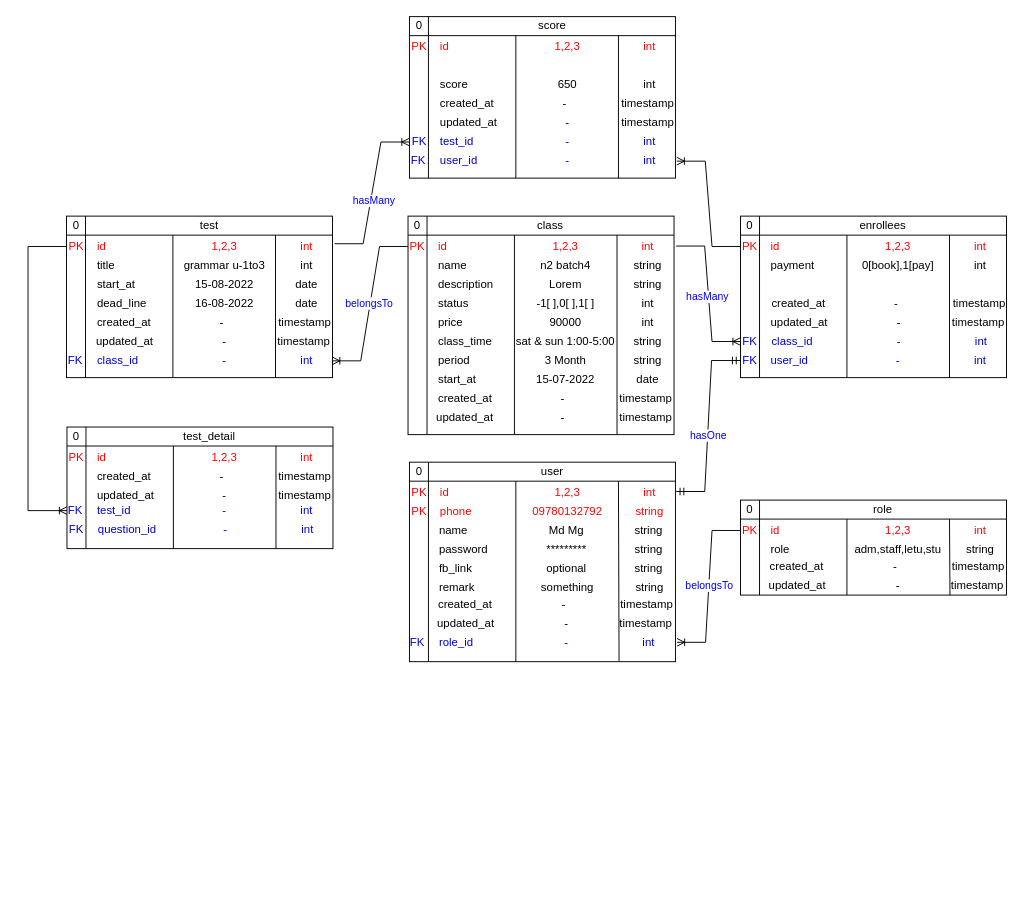
This is language_center.drawio from arkarMannAung/app.diagrams.net, a draw.io file, before an edit. Source tidied: cells renumbered, new cells numbered last; positions are measured from the earlier drawing's top-left corner, leaving out a move shared by most shapes. Both pictures are drawn from the tidied source at 95%, with x=0, y=0 at pixel (28, 16).
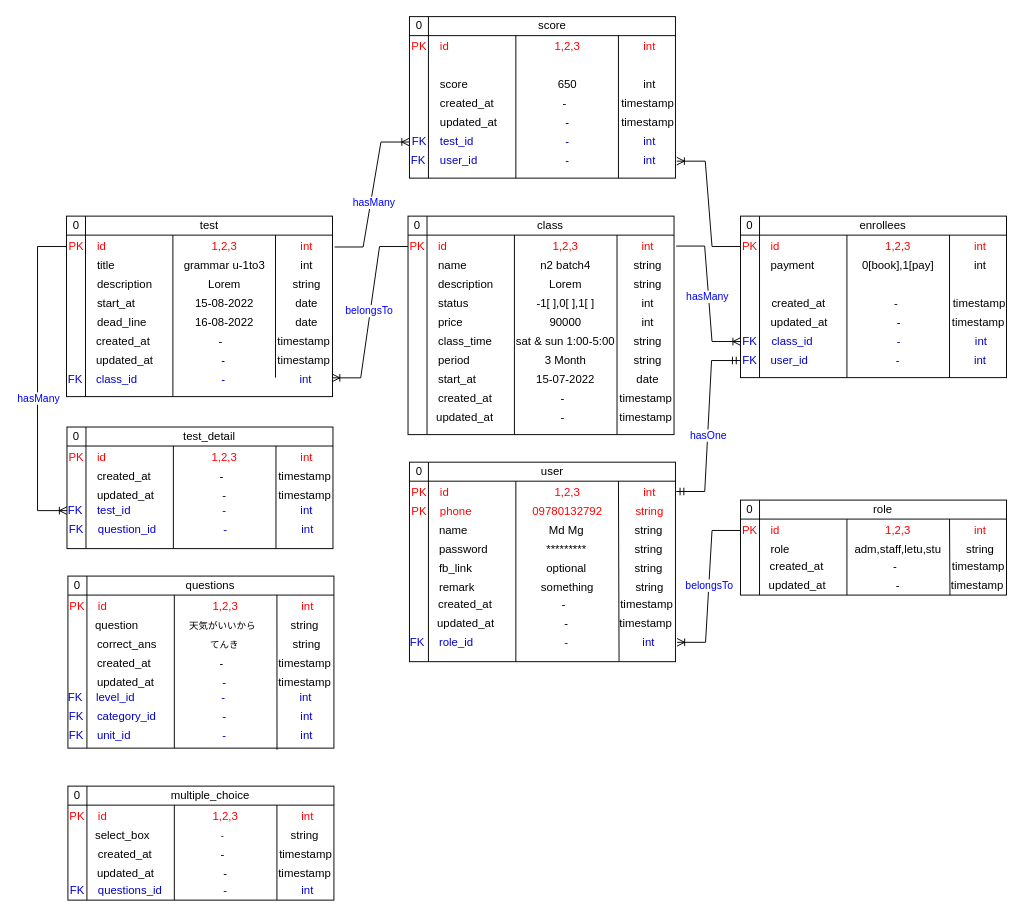
Above is the later version.

The change refers to these unchanged cells:
```xml
<mxCell id="127" value="PK" style="text;html=1;strokeColor=none;fillColor=none;align=center;verticalAlign=middle;whiteSpace=wrap;rounded=0;fontColor=#FF0000;" parent="1" vertex="1">
  <mxGeometry x="40.5" y="232" width="20" height="20" as="geometry" />
</mxCell>
```

Change to the diagram source:
```diff
@@
     <mxCell id="124" style="shape=internalStorage;whiteSpace=wrap;html=1;backgroundOutline=1;" parent="1" vertex="1">
-      <mxGeometry x="40.5" y="210" width="280" height="170" as="geometry" />
+      <mxGeometry x="40.5" y="210" width="280" height="190" as="geometry" />
     </mxCell>
@@
     <mxCell id="136" value="created_at" style="text;html=1;strokeColor=none;fillColor=none;align=left;verticalAlign=middle;whiteSpace=wrap;rounded=0;fontColor=#000000;" parent="1" vertex="1">
-      <mxGeometry x="70.5" y="312" width="90" height="20" as="geometry" />
+      <mxGeometry x="70.2" y="332" width="90" height="20" as="geometry" />
     </mxCell>
     <mxCell id="137" value="-" style="text;html=1;strokeColor=none;fillColor=none;align=center;verticalAlign=middle;whiteSpace=wrap;rounded=0;fontColor=#000000;" parent="1" vertex="1">
-      <mxGeometry x="143.5" y="312" width="120" height="20" as="geometry" />
+      <mxGeometry x="143.2" y="332" width="120" height="20" as="geometry" />
     </mxCell>
     <mxCell id="138" value="timestamp" style="text;html=1;strokeColor=none;fillColor=none;align=center;verticalAlign=middle;whiteSpace=wrap;rounded=0;fontColor=#000000;" parent="1" vertex="1">
-      <mxGeometry x="266.5" y="312" width="49" height="20" as="geometry" />
+      <mxGeometry x="266.2" y="332" width="49" height="20" as="geometry" />
     </mxCell>
     <mxCell id="139" value="updated_at" style="text;html=1;strokeColor=none;fillColor=none;align=left;verticalAlign=middle;whiteSpace=wrap;rounded=0;fontColor=#000000;" parent="1" vertex="1">
-      <mxGeometry x="70" y="332" width="90" height="20" as="geometry" />
+      <mxGeometry x="69.8" y="352" width="90" height="20" as="geometry" />
     </mxCell>
     <mxCell id="140" value="-" style="text;html=1;strokeColor=none;fillColor=none;align=center;verticalAlign=middle;whiteSpace=wrap;rounded=0;fontColor=#000000;" parent="1" vertex="1">
-      <mxGeometry x="146.5" y="332" width="120" height="20" as="geometry" />
+      <mxGeometry x="146.2" y="352" width="120" height="20" as="geometry" />
     </mxCell>
     <mxCell id="141" value="timestamp" style="text;html=1;strokeColor=none;fillColor=none;align=center;verticalAlign=middle;whiteSpace=wrap;rounded=0;fontColor=#000000;" parent="1" vertex="1">
-      <mxGeometry x="266" y="332" width="49" height="20" as="geometry" />
+      <mxGeometry x="265.8" y="352" width="49" height="20" as="geometry" />
     </mxCell>
     <mxCell id="142" value="class_id" style="text;html=1;strokeColor=none;fillColor=none;align=left;verticalAlign=middle;whiteSpace=wrap;rounded=0;fontColor=#0000CC;" parent="1" vertex="1">
-      <mxGeometry x="70.5" y="352" width="90" height="20" as="geometry" />
+      <mxGeometry x="70.2" y="372" width="90" height="20" as="geometry" />
     </mxCell>
     <mxCell id="143" value="-" style="text;html=1;strokeColor=none;fillColor=none;align=center;verticalAlign=middle;whiteSpace=wrap;rounded=0;fontColor=#0000CC;" parent="1" vertex="1">
-      <mxGeometry x="156.5" y="352" width="100" height="20" as="geometry" />
+      <mxGeometry x="156.2" y="372" width="100" height="20" as="geometry" />
     </mxCell>
     <mxCell id="144" value="int" style="text;html=1;strokeColor=none;fillColor=none;align=center;verticalAlign=middle;whiteSpace=wrap;rounded=0;fontColor=#0000CC;" parent="1" vertex="1">
-      <mxGeometry x="268.5" y="352" width="49" height="20" as="geometry" />
+      <mxGeometry x="268.2" y="372" width="49" height="20" as="geometry" />
     </mxCell>
     <mxCell id="145" value="FK" style="text;html=1;strokeColor=none;fillColor=none;align=center;verticalAlign=middle;whiteSpace=wrap;rounded=0;fontColor=#0000CC;" parent="1" vertex="1">
-      <mxGeometry x="40" y="352" width="20" height="20" as="geometry" />
+      <mxGeometry x="39.8" y="372" width="20" height="20" as="geometry" />
     </mxCell>
     <mxCell id="146" value="start_at" style="text;html=1;strokeColor=none;fillColor=none;align=left;verticalAlign=middle;whiteSpace=wrap;rounded=0;fontColor=#000000;" parent="1" vertex="1">
-      <mxGeometry x="71" y="272" width="90" height="20" as="geometry" />
+      <mxGeometry x="70.8" y="292" width="90" height="20" as="geometry" />
     </mxCell>
     <mxCell id="147" value="15-08-2022" style="text;html=1;strokeColor=none;fillColor=none;align=center;verticalAlign=middle;whiteSpace=wrap;rounded=0;fontColor=#000000;" parent="1" vertex="1">
-      <mxGeometry x="147" y="272" width="120" height="20" as="geometry" />
+      <mxGeometry x="146.8" y="292" width="120" height="20" as="geometry" />
     </mxCell>
     <mxCell id="148" value="date" style="text;html=1;strokeColor=none;fillColor=none;align=center;verticalAlign=middle;whiteSpace=wrap;rounded=0;fontColor=#000000;" parent="1" vertex="1">
-      <mxGeometry x="269" y="272" width="49" height="20" as="geometry" />
+      <mxGeometry x="268.8" y="292" width="49" height="20" as="geometry" />
     </mxCell>
@@
     <mxCell id="151" value="dead_line" style="text;html=1;strokeColor=none;fillColor=none;align=left;verticalAlign=middle;whiteSpace=wrap;rounded=0;fontColor=#000000;" parent="1" vertex="1">
-      <mxGeometry x="71" y="292" width="90" height="20" as="geometry" />
+      <mxGeometry x="70.8" y="312" width="90" height="20" as="geometry" />
     </mxCell>
     <mxCell id="152" value="16-08-2022" style="text;html=1;strokeColor=none;fillColor=none;align=center;verticalAlign=middle;whiteSpace=wrap;rounded=0;fontColor=#000000;" parent="1" vertex="1">
-      <mxGeometry x="147" y="292" width="120" height="20" as="geometry" />
+      <mxGeometry x="146.8" y="312" width="120" height="20" as="geometry" />
     </mxCell>
     <mxCell id="153" value="date" style="text;html=1;strokeColor=none;fillColor=none;align=center;verticalAlign=middle;whiteSpace=wrap;rounded=0;fontColor=#000000;" parent="1" vertex="1">
-      <mxGeometry x="269" y="292" width="49" height="20" as="geometry" />
+      <mxGeometry x="268.8" y="312" width="49" height="20" as="geometry" />
     </mxCell>
@@
     <mxCell id="206" style="edgeStyle=orthogonalEdgeStyle;fontSize=12;html=1;endArrow=ERoneToMany;rounded=0;fontColor=#0000FF;exitX=0;exitY=0.5;exitDx=0;exitDy=0;" parent="1" edge="1" source="127">
       <mxGeometry relative="1" as="geometry">
         <mxPoint x="41" y="520" as="targetPoint" />
         <Array as="points">
-          <mxPoint y="242" />
-          <mxPoint y="520" />
-          <mxPoint x="40" y="520" />
+          <mxPoint x="10" y="242" />
+          <mxPoint x="10" y="520" />
         </Array>
       </mxGeometry>
     </mxCell>
+    <mxCell id="207" value="hasMany" style="edgeLabel;html=1;align=center;verticalAlign=middle;fontColor=#0000FF;" parent="206" vertex="1">
+      <mxGeometry x="0.06" y="3" relative="1" as="geometry">
+        <mxPoint x="-3" y="10" as="offset" />
+      </mxGeometry>
+    </mxCell>
+    <mxCell id="208" style="shape=internalStorage;whiteSpace=wrap;html=1;backgroundOutline=1;" parent="1" vertex="1">
+      <mxGeometry x="42" y="588.9" width="280" height="181.1" as="geometry" />
+    </mxCell>
+    <mxCell id="209" value="0" style="text;html=1;strokeColor=none;fillColor=none;align=center;verticalAlign=middle;whiteSpace=wrap;rounded=0;" parent="1" vertex="1">
+      <mxGeometry x="42" y="588.9" width="20" height="20" as="geometry" />
+    </mxCell>
+    <mxCell id="210" value="questions" style="text;html=1;strokeColor=none;fillColor=none;align=center;verticalAlign=middle;whiteSpace=wrap;rounded=0;" parent="1" vertex="1">
+      <mxGeometry x="62" y="588.9" width="260" height="20" as="geometry" />
+    </mxCell>
+    <mxCell id="211" value="PK" style="text;html=1;strokeColor=none;fillColor=none;align=center;verticalAlign=middle;whiteSpace=wrap;rounded=0;fontColor=#FF0000;" parent="1" vertex="1">
+      <mxGeometry x="42" y="610.9" width="20" height="20" as="geometry" />
+    </mxCell>
+    <mxCell id="212" value="id" style="text;html=1;strokeColor=none;fillColor=none;align=left;verticalAlign=middle;whiteSpace=wrap;rounded=0;fontColor=#FF0000;" parent="1" vertex="1">
+      <mxGeometry x="72" y="610.9" width="90" height="20" as="geometry" />
+    </mxCell>
+    <mxCell id="213" value="1,2,3" style="text;html=1;strokeColor=none;fillColor=none;align=center;verticalAlign=middle;whiteSpace=wrap;rounded=0;fontColor=#FF0000;" parent="1" vertex="1">
+      <mxGeometry x="158" y="610.9" width="100" height="20" as="geometry" />
+    </mxCell>
+    <mxCell id="214" style="endArrow=none;html=1;rounded=0;fontColor=#3333FF;exitX=0.786;exitY=1.009;exitDx=0;exitDy=0;exitPerimeter=0;" parent="1" edge="1" source="208">
+      <mxGeometry relative="1" as="geometry">
+        <mxPoint x="262" y="608.9" as="targetPoint" />
+      </mxGeometry>
+    </mxCell>
+    <mxCell id="215" value="int" style="text;html=1;strokeColor=none;fillColor=none;align=center;verticalAlign=middle;whiteSpace=wrap;rounded=0;fontColor=#FF0000;" parent="1" vertex="1">
+      <mxGeometry x="270" y="610.9" width="49" height="20" as="geometry" />
+    </mxCell>
+    <mxCell id="216" style="endArrow=none;html=1;rounded=0;fontColor=#3333FF;exitX=0.4;exitY=1;exitDx=0;exitDy=0;exitPerimeter=0;" parent="1" edge="1" source="208">
+      <mxGeometry relative="1" as="geometry">
+        <mxPoint x="154" y="608.9" as="targetPoint" />
+      </mxGeometry>
+    </mxCell>
+    <mxCell id="217" value="created_at" style="text;html=1;strokeColor=none;fillColor=none;align=left;verticalAlign=middle;whiteSpace=wrap;rounded=0;fontColor=#000000;" parent="1" vertex="1">
+      <mxGeometry x="71" y="670.9" width="90" height="20" as="geometry" />
+    </mxCell>
+    <mxCell id="218" value="-" style="text;html=1;strokeColor=none;fillColor=none;align=center;verticalAlign=middle;whiteSpace=wrap;rounded=0;fontColor=#000000;" parent="1" vertex="1">
+      <mxGeometry x="144" y="670.9" width="120" height="20" as="geometry" />
+    </mxCell>
+    <mxCell id="219" value="timestamp" style="text;html=1;strokeColor=none;fillColor=none;align=center;verticalAlign=middle;whiteSpace=wrap;rounded=0;fontColor=#000000;" parent="1" vertex="1">
+      <mxGeometry x="267" y="670.9" width="49" height="20" as="geometry" />
+    </mxCell>
+    <mxCell id="220" value="updated_at" style="text;html=1;strokeColor=none;fillColor=none;align=left;verticalAlign=middle;whiteSpace=wrap;rounded=0;fontColor=#000000;" parent="1" vertex="1">
+      <mxGeometry x="70.5" y="690.9" width="90" height="20" as="geometry" />
+    </mxCell>
+    <mxCell id="221" value="-" style="text;html=1;strokeColor=none;fillColor=none;align=center;verticalAlign=middle;whiteSpace=wrap;rounded=0;fontColor=#000000;" parent="1" vertex="1">
+      <mxGeometry x="147" y="690.9" width="120" height="20" as="geometry" />
+    </mxCell>
+    <mxCell id="222" value="timestamp" style="text;html=1;strokeColor=none;fillColor=none;align=center;verticalAlign=middle;whiteSpace=wrap;rounded=0;fontColor=#000000;" parent="1" vertex="1">
+      <mxGeometry x="266.5" y="690.9" width="49" height="20" as="geometry" />
+    </mxCell>
+    <mxCell id="223" value="level_id" style="text;html=1;strokeColor=none;fillColor=none;align=left;verticalAlign=middle;whiteSpace=wrap;rounded=0;fontColor=#0000CC;" parent="1" vertex="1">
+      <mxGeometry x="70.2" y="706.8" width="90" height="20" as="geometry" />
+    </mxCell>
+    <mxCell id="224" value="-" style="text;html=1;strokeColor=none;fillColor=none;align=center;verticalAlign=middle;whiteSpace=wrap;rounded=0;fontColor=#0000CC;" parent="1" vertex="1">
+      <mxGeometry x="156.2" y="706.8" width="100" height="20" as="geometry" />
+    </mxCell>
+    <mxCell id="225" value="int" style="text;html=1;strokeColor=none;fillColor=none;align=center;verticalAlign=middle;whiteSpace=wrap;rounded=0;fontColor=#0000CC;" parent="1" vertex="1">
+      <mxGeometry x="268.2" y="706.8" width="49" height="20" as="geometry" />
+    </mxCell>
+    <mxCell id="226" value="FK" style="text;html=1;strokeColor=none;fillColor=none;align=center;verticalAlign=middle;whiteSpace=wrap;rounded=0;fontColor=#0000CC;" parent="1" vertex="1">
+      <mxGeometry x="39.8" y="706.8" width="20" height="20" as="geometry" />
+    </mxCell>
+    <mxCell id="227" value="category_id" style="text;html=1;strokeColor=none;fillColor=none;align=left;verticalAlign=middle;whiteSpace=wrap;rounded=0;fontColor=#0000CC;" parent="1" vertex="1">
+      <mxGeometry x="71.2" y="726.8" width="90" height="20" as="geometry" />
+    </mxCell>
+    <mxCell id="228" value="-" style="text;html=1;strokeColor=none;fillColor=none;align=center;verticalAlign=middle;whiteSpace=wrap;rounded=0;fontColor=#0000CC;" parent="1" vertex="1">
+      <mxGeometry x="157.2" y="726.8" width="100" height="20" as="geometry" />
+    </mxCell>
+    <mxCell id="229" value="int" style="text;html=1;strokeColor=none;fillColor=none;align=center;verticalAlign=middle;whiteSpace=wrap;rounded=0;fontColor=#0000CC;" parent="1" vertex="1">
+      <mxGeometry x="269.2" y="726.8" width="49" height="20" as="geometry" />
+    </mxCell>
+    <mxCell id="230" value="FK" style="text;html=1;strokeColor=none;fillColor=none;align=center;verticalAlign=middle;whiteSpace=wrap;rounded=0;fontColor=#0000CC;" parent="1" vertex="1">
+      <mxGeometry x="40.8" y="726.8" width="20" height="20" as="geometry" />
+    </mxCell>
+    <mxCell id="231" value="unit_id" style="text;html=1;strokeColor=none;fillColor=none;align=left;verticalAlign=middle;whiteSpace=wrap;rounded=0;fontColor=#0000CC;" parent="1" vertex="1">
+      <mxGeometry x="71.2" y="746.8" width="90" height="20" as="geometry" />
+    </mxCell>
+    <mxCell id="232" value="-" style="text;html=1;strokeColor=none;fillColor=none;align=center;verticalAlign=middle;whiteSpace=wrap;rounded=0;fontColor=#0000CC;" parent="1" vertex="1">
+      <mxGeometry x="157.2" y="746.8" width="100" height="20" as="geometry" />
+    </mxCell>
+    <mxCell id="233" value="int" style="text;html=1;strokeColor=none;fillColor=none;align=center;verticalAlign=middle;whiteSpace=wrap;rounded=0;fontColor=#0000CC;" parent="1" vertex="1">
+      <mxGeometry x="269.2" y="746.8" width="49" height="20" as="geometry" />
+    </mxCell>
+    <mxCell id="234" value="FK" style="text;html=1;strokeColor=none;fillColor=none;align=center;verticalAlign=middle;whiteSpace=wrap;rounded=0;fontColor=#0000CC;" parent="1" vertex="1">
+      <mxGeometry x="40.8" y="746.8" width="20" height="20" as="geometry" />
+    </mxCell>
+    <mxCell id="235" value="question" style="text;html=1;strokeColor=none;fillColor=none;align=left;verticalAlign=middle;whiteSpace=wrap;rounded=0;fontColor=#000000;" parent="1" vertex="1">
+      <mxGeometry x="69.2" y="630.9" width="90" height="20" as="geometry" />
+    </mxCell>
+    <mxCell id="236" value="&lt;font style=&quot;font-size: 10px;&quot;&gt;天気がいいから&lt;/font&gt;" style="text;html=1;strokeColor=none;fillColor=none;align=center;verticalAlign=middle;whiteSpace=wrap;rounded=0;fontColor=#000000;fontSize=10;" parent="1" vertex="1">
+      <mxGeometry x="155.2" y="630.9" width="100" height="20" as="geometry" />
+    </mxCell>
+    <mxCell id="237" value="string" style="text;html=1;strokeColor=none;fillColor=none;align=center;verticalAlign=middle;whiteSpace=wrap;rounded=0;fontColor=#000000;" parent="1" vertex="1">
+      <mxGeometry x="267.2" y="630.9" width="49" height="20" as="geometry" />
+    </mxCell>
+    <mxCell id="238" value="description" style="text;html=1;strokeColor=none;fillColor=none;align=left;verticalAlign=middle;whiteSpace=wrap;rounded=0;fontColor=#000000;" parent="1" vertex="1">
+      <mxGeometry x="71.2" y="272" width="90" height="20" as="geometry" />
+    </mxCell>
+    <mxCell id="239" value="Lorem" style="text;html=1;strokeColor=none;fillColor=none;align=center;verticalAlign=middle;whiteSpace=wrap;rounded=0;fontColor=#000000;" parent="1" vertex="1">
+      <mxGeometry x="157.2" y="272" width="100" height="20" as="geometry" />
+    </mxCell>
+    <mxCell id="240" value="string" style="text;html=1;strokeColor=none;fillColor=none;align=center;verticalAlign=middle;whiteSpace=wrap;rounded=0;fontColor=#000000;" parent="1" vertex="1">
+      <mxGeometry x="269.2" y="272" width="49" height="20" as="geometry" />
+    </mxCell>
+    <mxCell id="241" value="correct_ans" style="text;html=1;strokeColor=none;fillColor=none;align=left;verticalAlign=middle;whiteSpace=wrap;rounded=0;fontColor=#000000;" parent="1" vertex="1">
+      <mxGeometry x="71.2" y="650.9" width="90" height="20" as="geometry" />
+    </mxCell>
+    <mxCell id="242" value="&lt;font style=&quot;font-size: 10px&quot;&gt;てんき&lt;/font&gt;" style="text;html=1;strokeColor=none;fillColor=none;align=center;verticalAlign=middle;whiteSpace=wrap;rounded=0;fontColor=#000000;" parent="1" vertex="1">
+      <mxGeometry x="157.2" y="650.9" width="100" height="20" as="geometry" />
+    </mxCell>
+    <mxCell id="243" value="string" style="text;html=1;strokeColor=none;fillColor=none;align=center;verticalAlign=middle;whiteSpace=wrap;rounded=0;fontColor=#000000;" parent="1" vertex="1">
+      <mxGeometry x="269.2" y="650.9" width="49" height="20" as="geometry" />
+    </mxCell>
+    <mxCell id="244" style="shape=internalStorage;whiteSpace=wrap;html=1;backgroundOutline=1;" parent="1" vertex="1">
+      <mxGeometry x="42" y="810" width="280" height="120" as="geometry" />
+    </mxCell>
+    <mxCell id="245" value="0" style="text;html=1;strokeColor=none;fillColor=none;align=center;verticalAlign=middle;whiteSpace=wrap;rounded=0;" parent="1" vertex="1">
+      <mxGeometry x="42" y="810" width="20" height="20" as="geometry" />
+    </mxCell>
+    <mxCell id="246" value="multiple_choice" style="text;html=1;strokeColor=none;fillColor=none;align=center;verticalAlign=middle;whiteSpace=wrap;rounded=0;" parent="1" vertex="1">
+      <mxGeometry x="62" y="810" width="260" height="20" as="geometry" />
+    </mxCell>
+    <mxCell id="247" value="PK" style="text;html=1;strokeColor=none;fillColor=none;align=center;verticalAlign=middle;whiteSpace=wrap;rounded=0;fontColor=#FF0000;" parent="1" vertex="1">
+      <mxGeometry x="42" y="832" width="20" height="20" as="geometry" />
+    </mxCell>
+    <mxCell id="248" value="id" style="text;html=1;strokeColor=none;fillColor=none;align=left;verticalAlign=middle;whiteSpace=wrap;rounded=0;fontColor=#FF0000;" parent="1" vertex="1">
+      <mxGeometry x="72" y="832" width="90" height="20" as="geometry" />
+    </mxCell>
+    <mxCell id="249" value="1,2,3" style="text;html=1;strokeColor=none;fillColor=none;align=center;verticalAlign=middle;whiteSpace=wrap;rounded=0;fontColor=#FF0000;" parent="1" vertex="1">
+      <mxGeometry x="158" y="832" width="100" height="20" as="geometry" />
+    </mxCell>
+    <mxCell id="250" style="endArrow=none;html=1;rounded=0;fontColor=#3333FF;" parent="1" edge="1">
+      <mxGeometry relative="1" as="geometry">
+        <mxPoint x="262" y="930" as="sourcePoint" />
+        <mxPoint x="262" y="830" as="targetPoint" />
+      </mxGeometry>
+    </mxCell>
+    <mxCell id="251" value="int" style="text;html=1;strokeColor=none;fillColor=none;align=center;verticalAlign=middle;whiteSpace=wrap;rounded=0;fontColor=#FF0000;" parent="1" vertex="1">
+      <mxGeometry x="270" y="832" width="49" height="20" as="geometry" />
+    </mxCell>
+    <mxCell id="252" style="endArrow=none;html=1;rounded=0;fontColor=#3333FF;exitX=0.4;exitY=1;exitDx=0;exitDy=0;exitPerimeter=0;" parent="1" edge="1" source="244">
+      <mxGeometry relative="1" as="geometry">
+        <mxPoint x="154" y="830" as="targetPoint" />
+      </mxGeometry>
+    </mxCell>
+    <mxCell id="253" value="created_at" style="text;html=1;strokeColor=none;fillColor=none;align=left;verticalAlign=middle;whiteSpace=wrap;rounded=0;fontColor=#000000;" parent="1" vertex="1">
+      <mxGeometry x="71.8" y="872" width="90" height="20" as="geometry" />
+    </mxCell>
+    <mxCell id="254" value="-" style="text;html=1;strokeColor=none;fillColor=none;align=center;verticalAlign=middle;whiteSpace=wrap;rounded=0;fontColor=#000000;" parent="1" vertex="1">
+      <mxGeometry x="144.8" y="872" width="120" height="20" as="geometry" />
+    </mxCell>
+    <mxCell id="255" value="timestamp" style="text;html=1;strokeColor=none;fillColor=none;align=center;verticalAlign=middle;whiteSpace=wrap;rounded=0;fontColor=#000000;" parent="1" vertex="1">
+      <mxGeometry x="267.8" y="872" width="49" height="20" as="geometry" />
+    </mxCell>
+    <mxCell id="256" value="updated_at" style="text;html=1;strokeColor=none;fillColor=none;align=left;verticalAlign=middle;whiteSpace=wrap;rounded=0;fontColor=#000000;" parent="1" vertex="1">
+      <mxGeometry x="71.2" y="892" width="90" height="20" as="geometry" />
+    </mxCell>
+    <mxCell id="257" value="-" style="text;html=1;strokeColor=none;fillColor=none;align=center;verticalAlign=middle;whiteSpace=wrap;rounded=0;fontColor=#000000;" parent="1" vertex="1">
+      <mxGeometry x="147.8" y="892" width="120" height="20" as="geometry" />
+    </mxCell>
+    <mxCell id="258" value="timestamp" style="text;html=1;strokeColor=none;fillColor=none;align=center;verticalAlign=middle;whiteSpace=wrap;rounded=0;fontColor=#000000;" parent="1" vertex="1">
+      <mxGeometry x="267.2" y="892" width="49" height="20" as="geometry" />
+    </mxCell>
+    <mxCell id="259" value="questions_id" style="text;html=1;strokeColor=none;fillColor=none;align=left;verticalAlign=middle;whiteSpace=wrap;rounded=0;fontColor=#0000CC;" parent="1" vertex="1">
+      <mxGeometry x="72" y="910" width="90" height="20" as="geometry" />
+    </mxCell>
+    <mxCell id="260" value="-" style="text;html=1;strokeColor=none;fillColor=none;align=center;verticalAlign=middle;whiteSpace=wrap;rounded=0;fontColor=#0000CC;" parent="1" vertex="1">
+      <mxGeometry x="158" y="910" width="100" height="20" as="geometry" />
+    </mxCell>
+    <mxCell id="261" value="int" style="text;html=1;strokeColor=none;fillColor=none;align=center;verticalAlign=middle;whiteSpace=wrap;rounded=0;fontColor=#0000CC;" parent="1" vertex="1">
+      <mxGeometry x="270" y="910" width="49" height="20" as="geometry" />
+    </mxCell>
+    <mxCell id="262" value="FK" style="text;html=1;strokeColor=none;fillColor=none;align=center;verticalAlign=middle;whiteSpace=wrap;rounded=0;fontColor=#0000CC;" parent="1" vertex="1">
+      <mxGeometry x="41.5" y="910" width="20" height="20" as="geometry" />
+    </mxCell>
+    <mxCell id="263" value="select_box" style="text;html=1;strokeColor=none;fillColor=none;align=left;verticalAlign=middle;whiteSpace=wrap;rounded=0;fontColor=#000000;" parent="1" vertex="1">
+      <mxGeometry x="69.2" y="852" width="90" height="20" as="geometry" />
+    </mxCell>
+    <mxCell id="264" value="-" style="text;html=1;strokeColor=none;fillColor=none;align=center;verticalAlign=middle;whiteSpace=wrap;rounded=0;fontColor=#000000;fontSize=10;" parent="1" vertex="1">
+      <mxGeometry x="155.2" y="852" width="100" height="20" as="geometry" />
+    </mxCell>
+    <mxCell id="265" value="string" style="text;html=1;strokeColor=none;fillColor=none;align=center;verticalAlign=middle;whiteSpace=wrap;rounded=0;fontColor=#000000;" parent="1" vertex="1">
+      <mxGeometry x="267.2" y="852" width="49" height="20" as="geometry" />
+    </mxCell>
```
